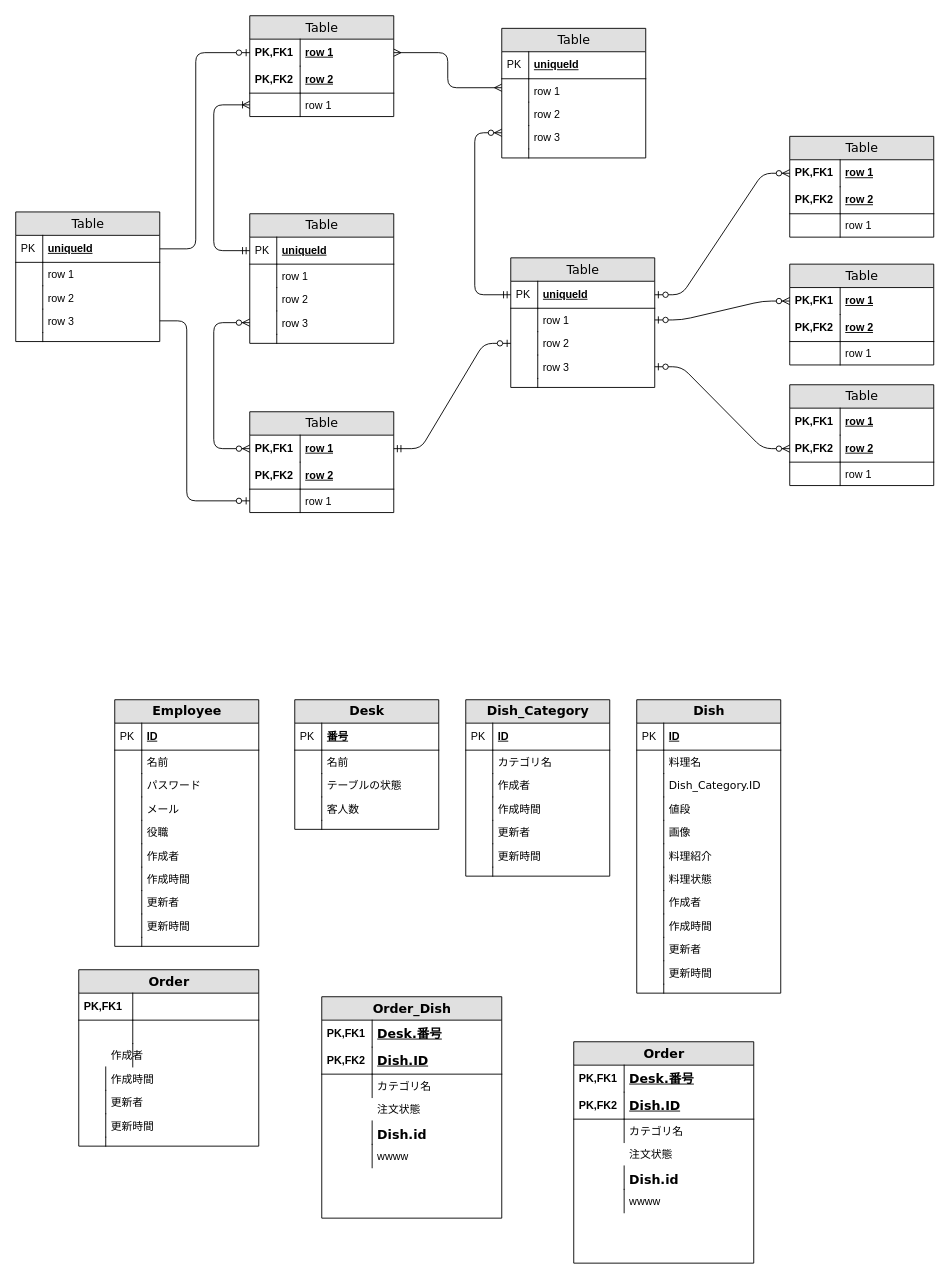
The draw.io diagram 就職作品/データベース設計.drawio in aggujhh/my_draws, before the edit. Source tidied: cells renumbered, new cells numbered last; positions are measured from the earlier drawing's top-left corner, leaving out a move shared by most shapes. Both pictures are drawn from the tidied source at 90%, with x=0, y=0 at pixel (15, 15).
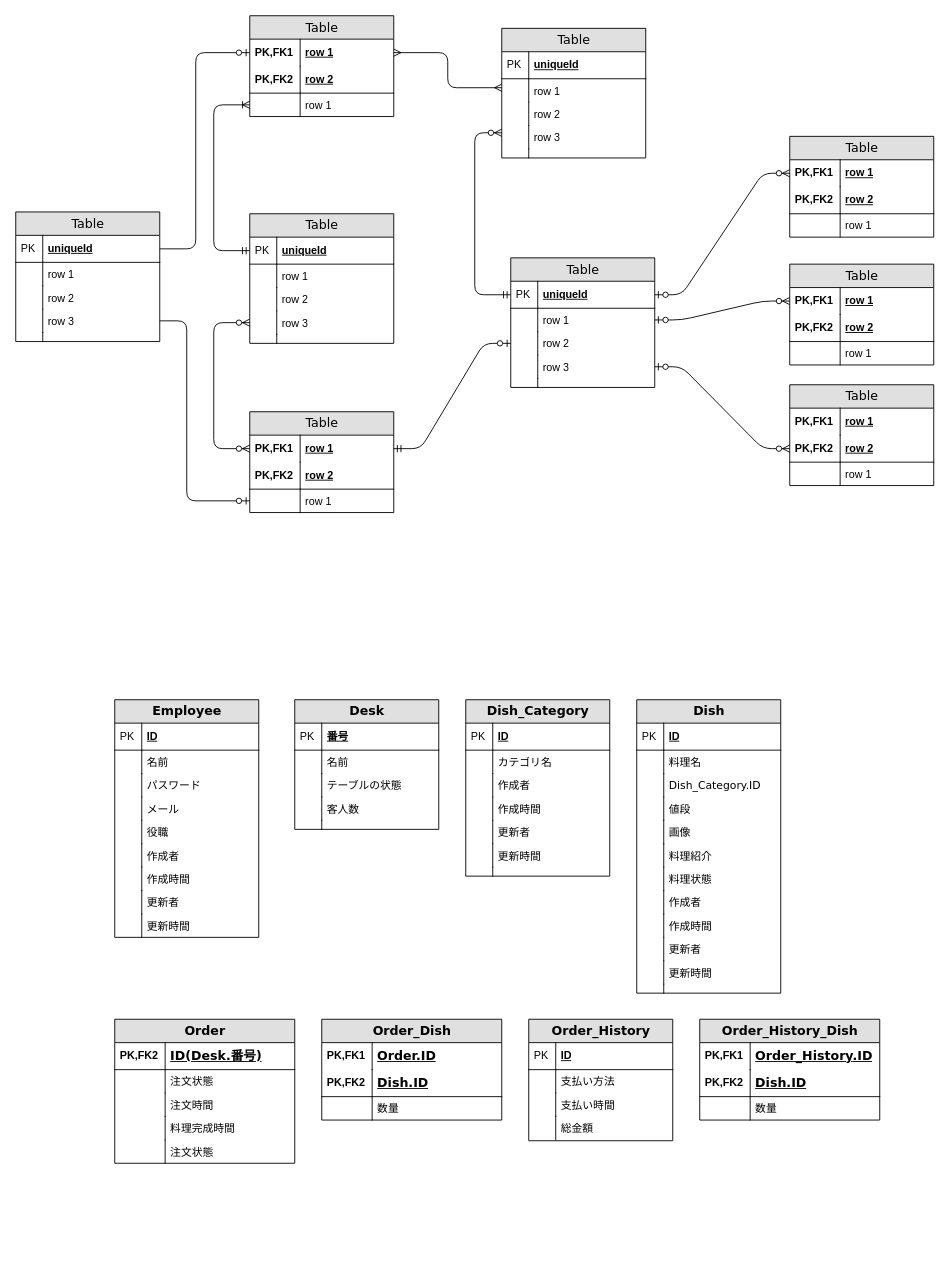
The same diagram, later.

Commit message (it also covers changes not shown here):
更新データベース設計.drawio

What changed in the source:
```diff
@@
     <mxCell id="91" value="&lt;strong&gt;Employee&lt;/strong&gt;" style="swimlane;html=1;fontStyle=0;horizontal=1;startSize=26;fillColor=#e0e0e0;swimlaneFillColor=#ffffff;align=center;rounded=0;shadow=0;comic=0;labelBackgroundColor=none;strokeWidth=1;fontFamily=Verdana;fontSize=14;" parent="1" vertex="1">
-      <mxGeometry x="110" y="760" width="160" height="274" as="geometry" />
+      <mxGeometry x="110" y="760" width="160" height="264" as="geometry" />
     </mxCell>
@@
-    <mxCell id="110" style="shape=partialRectangle;top=0;left=0;right=0;bottom=0;html=1;align=left;verticalAlign=top;fillColor=none;spacingLeft=34;spacingRight=4;whiteSpace=wrap;overflow=hidden;" parent="91" vertex="1">
-      <mxGeometry y="264" width="160" height="10" as="geometry" />
-    </mxCell>
-    <mxCell id="111" style="shape=partialRectangle;top=0;left=0;bottom=0;html=1;fillColor=none;align=left;verticalAlign=top;spacingLeft=4;spacingRight=4;whiteSpace=wrap;overflow=hidden;" parent="110" vertex="1">
-      <mxGeometry width="30" height="10" as="geometry" />
-    </mxCell>
@@
-    <mxCell id="163" value="&lt;b&gt;Order&lt;/b&gt;" style="swimlane;html=1;fontStyle=0;horizontal=1;startSize=26;fillColor=#e0e0e0;swimlaneFillColor=#ffffff;align=center;rounded=0;shadow=0;comic=0;labelBackgroundColor=none;strokeWidth=1;fontFamily=Verdana;fontSize=14;" parent="1" vertex="1">
-      <mxGeometry x="70" y="1060" width="200" height="196" as="geometry" />
-    </mxCell>
-    <mxCell id="164" style="shape=partialRectangle;top=0;left=0;right=0;bottom=1;html=1;align=left;verticalAlign=middle;fillColor=none;spacingLeft=34;spacingRight=4;whiteSpace=wrap;overflow=hidden;fontStyle=5;" parent="163" vertex="1">
-      <mxGeometry y="26" width="200" height="30" as="geometry" />
-    </mxCell>
-    <mxCell id="165" value="&lt;span style=&quot;font-weight: 700;&quot;&gt;PK,FK1&lt;/span&gt;" style="shape=partialRectangle;top=0;left=0;bottom=0;html=1;fillColor=none;align=left;verticalAlign=middle;spacingLeft=4;spacingRight=4;whiteSpace=wrap;overflow=hidden;" parent="164" vertex="1">
-      <mxGeometry width="60" height="30" as="geometry" />
-    </mxCell>
-    <mxCell id="166" style="shape=partialRectangle;top=0;left=0;right=0;bottom=0;html=1;align=left;verticalAlign=top;fillColor=none;spacingLeft=34;spacingRight=4;whiteSpace=wrap;overflow=hidden;" parent="163" vertex="1">
-      <mxGeometry y="56" width="200" height="26" as="geometry" />
-    </mxCell>
-    <mxCell id="167" style="shape=partialRectangle;top=0;left=0;bottom=0;html=1;fillColor=none;align=left;verticalAlign=top;spacingLeft=4;spacingRight=4;whiteSpace=wrap;overflow=hidden;" parent="166" vertex="1">
-      <mxGeometry width="60" height="26" as="geometry" />
-    </mxCell>
-    <mxCell id="168" value="作成者" style="shape=partialRectangle;top=0;left=0;right=0;bottom=0;html=1;align=left;verticalAlign=top;fillColor=none;spacingLeft=34;spacingRight=4;whiteSpace=wrap;overflow=hidden;" parent="163" vertex="1">
-      <mxGeometry y="82" width="200" height="26" as="geometry" />
-    </mxCell>
-    <mxCell id="169" style="shape=partialRectangle;top=0;left=0;bottom=0;html=1;fillColor=none;align=left;verticalAlign=top;spacingLeft=4;spacingRight=4;whiteSpace=wrap;overflow=hidden;" parent="168" vertex="1">
-      <mxGeometry width="60" height="26" as="geometry" />
-    </mxCell>
-    <mxCell id="170" value="作成時間" style="shape=partialRectangle;top=0;left=0;right=0;bottom=0;html=1;align=left;verticalAlign=top;fillColor=none;spacingLeft=34;spacingRight=4;whiteSpace=wrap;overflow=hidden;" parent="163" vertex="1">
-      <mxGeometry y="108" width="200" height="26" as="geometry" />
-    </mxCell>
-    <mxCell id="171" style="shape=partialRectangle;top=0;left=0;bottom=0;html=1;fillColor=none;align=left;verticalAlign=top;spacingLeft=4;spacingRight=4;whiteSpace=wrap;overflow=hidden;" parent="170" vertex="1">
-      <mxGeometry width="30" height="26" as="geometry" />
-    </mxCell>
-    <mxCell id="172" value="更新者" style="shape=partialRectangle;top=0;left=0;right=0;bottom=0;html=1;align=left;verticalAlign=top;fillColor=none;spacingLeft=34;spacingRight=4;whiteSpace=wrap;overflow=hidden;" parent="163" vertex="1">
-      <mxGeometry y="134" width="200" height="26" as="geometry" />
-    </mxCell>
-    <mxCell id="173" style="shape=partialRectangle;top=0;left=0;bottom=0;html=1;fillColor=none;align=left;verticalAlign=top;spacingLeft=4;spacingRight=4;whiteSpace=wrap;overflow=hidden;" parent="172" vertex="1">
-      <mxGeometry width="30" height="26" as="geometry" />
-    </mxCell>
-    <mxCell id="174" value="更新時間" style="shape=partialRectangle;top=0;left=0;right=0;bottom=0;html=1;align=left;verticalAlign=top;fillColor=none;spacingLeft=34;spacingRight=4;whiteSpace=wrap;overflow=hidden;" parent="163" vertex="1">
-      <mxGeometry y="160" width="200" height="26" as="geometry" />
-    </mxCell>
-    <mxCell id="175" style="shape=partialRectangle;top=0;left=0;bottom=0;html=1;fillColor=none;align=left;verticalAlign=top;spacingLeft=4;spacingRight=4;whiteSpace=wrap;overflow=hidden;" parent="174" vertex="1">
-      <mxGeometry width="30" height="26" as="geometry" />
-    </mxCell>
-    <mxCell id="176" style="shape=partialRectangle;top=0;left=0;right=0;bottom=0;html=1;align=left;verticalAlign=top;fillColor=none;spacingLeft=34;spacingRight=4;whiteSpace=wrap;overflow=hidden;" parent="163" vertex="1">
-      <mxGeometry y="186" width="200" height="10" as="geometry" />
-    </mxCell>
-    <mxCell id="177" style="shape=partialRectangle;top=0;left=0;bottom=0;html=1;fillColor=none;align=left;verticalAlign=top;spacingLeft=4;spacingRight=4;whiteSpace=wrap;overflow=hidden;" parent="176" vertex="1">
-      <mxGeometry width="30" height="10" as="geometry" />
-    </mxCell>
     <mxCell id="178" value="&lt;b&gt;Order_Dish&lt;/b&gt;" style="swimlane;html=1;fontStyle=0;horizontal=1;startSize=26;fillColor=#e0e0e0;swimlaneFillColor=#ffffff;align=center;rounded=0;shadow=0;comic=0;labelBackgroundColor=none;strokeWidth=1;fontFamily=Verdana;fontSize=14;" parent="1" vertex="1">
-      <mxGeometry x="340" y="1090" width="200" height="246" as="geometry" />
+      <mxGeometry x="340" y="1115" width="200" height="112" as="geometry" />
     </mxCell>
-    <mxCell id="179" value="&lt;b style=&quot;text-wrap-mode: nowrap; font-family: Verdana; font-size: 14px; text-align: center;&quot;&gt;Desk.番号&lt;/b&gt;" style="shape=partialRectangle;top=0;left=0;right=0;bottom=1;html=1;align=left;verticalAlign=middle;fillColor=none;spacingLeft=60;spacingRight=4;whiteSpace=wrap;overflow=hidden;fontStyle=5;strokeColor=none;" parent="178" vertex="1">
+    <mxCell id="179" value="&lt;b style=&quot;font-family: Verdana; font-size: 14px; text-align: center; text-wrap-mode: nowrap;&quot;&gt;Order.ID&lt;/b&gt;" style="shape=partialRectangle;top=0;left=0;right=0;bottom=1;html=1;align=left;verticalAlign=middle;fillColor=none;spacingLeft=60;spacingRight=4;whiteSpace=wrap;overflow=hidden;fontStyle=5;strokeColor=none;" parent="178" vertex="1">
       <mxGeometry y="26" width="200" height="30" as="geometry" />
     </mxCell>
@@
-    <mxCell id="183" value="カテゴリ名" style="shape=partialRectangle;top=0;left=0;right=0;bottom=0;html=1;align=left;verticalAlign=top;fillColor=none;spacingLeft=60;spacingRight=4;whiteSpace=wrap;overflow=hidden;" parent="178" vertex="1">
+    <mxCell id="183" value="数量" style="shape=partialRectangle;top=0;left=0;right=0;bottom=0;html=1;align=left;verticalAlign=top;fillColor=none;spacingLeft=60;spacingRight=4;whiteSpace=wrap;overflow=hidden;" parent="178" vertex="1">
       <mxGeometry y="86" width="200" height="26" as="geometry" />
     </mxCell>
@@
-    <mxCell id="185" value="注文状態" style="shape=partialRectangle;top=0;left=0;right=0;bottom=0;html=1;align=left;verticalAlign=top;fillColor=none;spacingLeft=60;spacingRight=4;whiteSpace=wrap;overflow=hidden;" parent="178" vertex="1">
-      <mxGeometry y="112" width="200" height="26" as="geometry" />
-    </mxCell>
-    <mxCell id="186" value="&lt;b style=&quot;font-family: Verdana; font-size: 14px; text-align: center; text-wrap-mode: nowrap;&quot;&gt;Dish.id&lt;/b&gt;" style="shape=partialRectangle;top=0;left=0;right=0;bottom=0;html=1;align=left;verticalAlign=top;fillColor=none;spacingLeft=60;spacingRight=4;whiteSpace=wrap;overflow=hidden;" parent="178" vertex="1">
-      <mxGeometry y="138" width="200" height="26" as="geometry" />
-    </mxCell>
-    <mxCell id="187" style="shape=partialRectangle;top=0;left=0;bottom=0;html=1;fillColor=none;align=left;verticalAlign=top;spacingLeft=4;spacingRight=4;whiteSpace=wrap;overflow=hidden;" parent="186" vertex="1">
-      <mxGeometry width="56" height="26" as="geometry" />
-    </mxCell>
-    <mxCell id="188" value="wwww" style="shape=partialRectangle;top=0;left=0;right=0;bottom=0;html=1;align=left;verticalAlign=top;fillColor=none;spacingLeft=60;spacingRight=4;whiteSpace=wrap;overflow=hidden;" parent="178" vertex="1">
-      <mxGeometry y="164" width="200" height="26" as="geometry" />
-    </mxCell>
-    <mxCell id="189" style="shape=partialRectangle;top=0;left=0;bottom=0;html=1;fillColor=none;align=left;verticalAlign=top;spacingLeft=4;spacingRight=4;whiteSpace=wrap;overflow=hidden;" parent="188" vertex="1">
-      <mxGeometry width="56" height="26" as="geometry" />
-    </mxCell>
-    <mxCell id="190" style="shape=partialRectangle;top=0;left=0;right=0;bottom=0;html=1;align=left;verticalAlign=top;fillColor=none;spacingLeft=60;spacingRight=4;whiteSpace=wrap;overflow=hidden;" parent="178" vertex="1">
-      <mxGeometry y="190" width="200" height="26" as="geometry" />
-    </mxCell>
     <mxCell id="191" value="&lt;b&gt;Order&lt;/b&gt;" style="swimlane;html=1;fontStyle=0;horizontal=1;startSize=26;fillColor=#e0e0e0;swimlaneFillColor=#ffffff;align=center;rounded=0;shadow=0;comic=0;labelBackgroundColor=none;strokeWidth=1;fontFamily=Verdana;fontSize=14;" parent="1" vertex="1">
-      <mxGeometry x="620" y="1140" width="200" height="246" as="geometry" />
+      <mxGeometry x="110" y="1115" width="200" height="160" as="geometry" />
     </mxCell>
-    <mxCell id="192" value="&lt;b style=&quot;text-wrap-mode: nowrap; font-family: Verdana; font-size: 14px; text-align: center;&quot;&gt;Desk.番号&lt;/b&gt;" style="shape=partialRectangle;top=0;left=0;right=0;bottom=1;html=1;align=left;verticalAlign=middle;fillColor=none;spacingLeft=60;spacingRight=4;whiteSpace=wrap;overflow=hidden;fontStyle=5;strokeColor=none;" parent="191" vertex="1">
-      <mxGeometry y="26" width="200" height="30" as="geometry" />
-    </mxCell>
-    <mxCell id="193" value="PK,FK1" style="shape=partialRectangle;fontStyle=1;top=0;left=0;bottom=0;html=1;fillColor=none;align=left;verticalAlign=middle;spacingLeft=4;spacingRight=4;whiteSpace=wrap;overflow=hidden;" parent="192" vertex="1">
-      <mxGeometry width="56" height="30" as="geometry" />
-    </mxCell>
-    <mxCell id="194" value="&lt;b style=&quot;text-wrap-mode: nowrap; font-family: Verdana; font-size: 14px; text-align: center;&quot;&gt;Dish.ID&lt;/b&gt;" style="shape=partialRectangle;top=0;left=0;right=0;bottom=1;html=1;align=left;verticalAlign=middle;fillColor=none;spacingLeft=60;spacingRight=4;whiteSpace=wrap;overflow=hidden;fontStyle=5;strokeColor=default;" parent="191" vertex="1">
-      <mxGeometry y="56" width="200" height="30" as="geometry" />
+    <mxCell id="194" value="&lt;b style=&quot;text-wrap-mode: nowrap; font-family: Verdana; font-size: 14px; text-align: center;&quot;&gt;ID(&lt;/b&gt;&lt;b style=&quot;text-wrap-mode: nowrap; font-family: Verdana; font-size: 14px; text-align: center;&quot;&gt;Desk.番号&lt;/b&gt;&lt;b style=&quot;text-wrap-mode: nowrap; font-family: Verdana; font-size: 14px; text-align: center;&quot;&gt;)&lt;/b&gt;" style="shape=partialRectangle;top=0;left=0;right=0;bottom=1;html=1;align=left;verticalAlign=middle;fillColor=none;spacingLeft=60;spacingRight=4;whiteSpace=wrap;overflow=hidden;fontStyle=5;strokeColor=default;" parent="191" vertex="1">
+      <mxGeometry y="26" width="200" height="30" as="geometry" />
     </mxCell>
@@
-    <mxCell id="196" value="カテゴリ名" style="shape=partialRectangle;top=0;left=0;right=0;bottom=0;html=1;align=left;verticalAlign=top;fillColor=none;spacingLeft=60;spacingRight=4;whiteSpace=wrap;overflow=hidden;" parent="191" vertex="1">
-      <mxGeometry y="86" width="200" height="26" as="geometry" />
+    <mxCell id="196" value="注文状態" style="shape=partialRectangle;top=0;left=0;right=0;bottom=0;html=1;align=left;verticalAlign=top;fillColor=none;spacingLeft=60;spacingRight=4;whiteSpace=wrap;overflow=hidden;" parent="191" vertex="1">
+      <mxGeometry y="56" width="200" height="26" as="geometry" />
     </mxCell>
@@
-    <mxCell id="198" value="注文状態" style="shape=partialRectangle;top=0;left=0;right=0;bottom=0;html=1;align=left;verticalAlign=top;fillColor=none;spacingLeft=60;spacingRight=4;whiteSpace=wrap;overflow=hidden;" parent="191" vertex="1">
-      <mxGeometry y="112" width="200" height="26" as="geometry" />
-    </mxCell>
-    <mxCell id="199" value="&lt;b style=&quot;font-family: Verdana; font-size: 14px; text-align: center; text-wrap-mode: nowrap;&quot;&gt;Dish.id&lt;/b&gt;" style="shape=partialRectangle;top=0;left=0;right=0;bottom=0;html=1;align=left;verticalAlign=top;fillColor=none;spacingLeft=60;spacingRight=4;whiteSpace=wrap;overflow=hidden;" parent="191" vertex="1">
-      <mxGeometry y="138" width="200" height="26" as="geometry" />
-    </mxCell>
-    <mxCell id="200" style="shape=partialRectangle;top=0;left=0;bottom=0;html=1;fillColor=none;align=left;verticalAlign=top;spacingLeft=4;spacingRight=4;whiteSpace=wrap;overflow=hidden;" parent="199" vertex="1">
-      <mxGeometry width="56" height="26" as="geometry" />
-    </mxCell>
-    <mxCell id="201" value="wwww" style="shape=partialRectangle;top=0;left=0;right=0;bottom=0;html=1;align=left;verticalAlign=top;fillColor=none;spacingLeft=60;spacingRight=4;whiteSpace=wrap;overflow=hidden;" parent="191" vertex="1">
-      <mxGeometry y="164" width="200" height="26" as="geometry" />
-    </mxCell>
-    <mxCell id="202" style="shape=partialRectangle;top=0;left=0;bottom=0;html=1;fillColor=none;align=left;verticalAlign=top;spacingLeft=4;spacingRight=4;whiteSpace=wrap;overflow=hidden;" parent="201" vertex="1">
-      <mxGeometry width="56" height="26" as="geometry" />
-    </mxCell>
-    <mxCell id="203" style="shape=partialRectangle;top=0;left=0;right=0;bottom=0;html=1;align=left;verticalAlign=top;fillColor=none;spacingLeft=60;spacingRight=4;whiteSpace=wrap;overflow=hidden;" parent="191" vertex="1">
-      <mxGeometry y="190" width="200" height="26" as="geometry" />
-    </mxCell>
+    <mxCell id="204" value="注文時間" style="shape=partialRectangle;top=0;left=0;right=0;bottom=0;html=1;align=left;verticalAlign=top;fillColor=none;spacingLeft=60;spacingRight=4;whiteSpace=wrap;overflow=hidden;" parent="191" vertex="1">
+      <mxGeometry y="82" width="200" height="26" as="geometry" />
+    </mxCell>
+    <mxCell id="205" style="shape=partialRectangle;top=0;left=0;bottom=0;html=1;fillColor=none;align=left;verticalAlign=top;spacingLeft=4;spacingRight=4;whiteSpace=wrap;overflow=hidden;" parent="204" vertex="1">
+      <mxGeometry width="56" height="26" as="geometry" />
+    </mxCell>
+    <mxCell id="206" value="料理完成時間" style="shape=partialRectangle;top=0;left=0;right=0;bottom=0;html=1;align=left;verticalAlign=top;fillColor=none;spacingLeft=60;spacingRight=4;whiteSpace=wrap;overflow=hidden;" parent="191" vertex="1">
+      <mxGeometry y="108" width="200" height="26" as="geometry" />
+    </mxCell>
+    <mxCell id="207" style="shape=partialRectangle;top=0;left=0;bottom=0;html=1;fillColor=none;align=left;verticalAlign=top;spacingLeft=4;spacingRight=4;whiteSpace=wrap;overflow=hidden;" parent="206" vertex="1">
+      <mxGeometry width="56" height="26" as="geometry" />
+    </mxCell>
+    <mxCell id="208" value="注文状態" style="shape=partialRectangle;top=0;left=0;right=0;bottom=0;html=1;align=left;verticalAlign=top;fillColor=none;spacingLeft=60;spacingRight=4;whiteSpace=wrap;overflow=hidden;" parent="191" vertex="1">
+      <mxGeometry y="134" width="200" height="26" as="geometry" />
+    </mxCell>
+    <mxCell id="209" style="shape=partialRectangle;top=0;left=0;bottom=0;html=1;fillColor=none;align=left;verticalAlign=top;spacingLeft=4;spacingRight=4;whiteSpace=wrap;overflow=hidden;" parent="208" vertex="1">
+      <mxGeometry width="56" height="26" as="geometry" />
+    </mxCell>
+    <mxCell id="210" value="&lt;b&gt;Order_History&lt;/b&gt;" style="swimlane;html=1;fontStyle=0;horizontal=1;startSize=26;fillColor=#e0e0e0;swimlaneFillColor=#ffffff;align=center;rounded=0;shadow=0;comic=0;labelBackgroundColor=none;strokeWidth=1;fontFamily=Verdana;fontSize=14;" parent="1" vertex="1">
+      <mxGeometry x="570" y="1115" width="160" height="135" as="geometry" />
+    </mxCell>
+    <mxCell id="211" value="ID" style="shape=partialRectangle;top=0;left=0;right=0;bottom=1;html=1;align=left;verticalAlign=middle;fillColor=none;spacingLeft=34;spacingRight=4;whiteSpace=wrap;overflow=hidden;fontStyle=5;" parent="210" vertex="1">
+      <mxGeometry y="26" width="160" height="30" as="geometry" />
+    </mxCell>
+    <mxCell id="212" value="PK" style="shape=partialRectangle;top=0;left=0;bottom=0;html=1;fillColor=none;align=left;verticalAlign=middle;spacingLeft=4;spacingRight=4;whiteSpace=wrap;overflow=hidden;" parent="211" vertex="1">
+      <mxGeometry width="30" height="30" as="geometry" />
+    </mxCell>
+    <mxCell id="213" value="支払い方法" style="shape=partialRectangle;top=0;left=0;right=0;bottom=0;html=1;align=left;verticalAlign=top;fillColor=none;spacingLeft=34;spacingRight=4;whiteSpace=wrap;overflow=hidden;" parent="210" vertex="1">
+      <mxGeometry y="56" width="160" height="26" as="geometry" />
+    </mxCell>
+    <mxCell id="214" style="shape=partialRectangle;top=0;left=0;bottom=0;html=1;fillColor=none;align=left;verticalAlign=top;spacingLeft=4;spacingRight=4;whiteSpace=wrap;overflow=hidden;" parent="213" vertex="1">
+      <mxGeometry width="30" height="26" as="geometry" />
+    </mxCell>
+    <mxCell id="215" value="支払い時間" style="shape=partialRectangle;top=0;left=0;right=0;bottom=0;html=1;align=left;verticalAlign=top;fillColor=none;spacingLeft=34;spacingRight=4;whiteSpace=wrap;overflow=hidden;" parent="210" vertex="1">
+      <mxGeometry y="82" width="160" height="26" as="geometry" />
+    </mxCell>
+    <mxCell id="216" style="shape=partialRectangle;top=0;left=0;bottom=0;html=1;fillColor=none;align=left;verticalAlign=top;spacingLeft=4;spacingRight=4;whiteSpace=wrap;overflow=hidden;" parent="215" vertex="1">
+      <mxGeometry width="30" height="26" as="geometry" />
+    </mxCell>
+    <mxCell id="217" value="総金額" style="shape=partialRectangle;top=0;left=0;right=0;bottom=0;html=1;align=left;verticalAlign=top;fillColor=none;spacingLeft=34;spacingRight=4;whiteSpace=wrap;overflow=hidden;" parent="210" vertex="1">
+      <mxGeometry y="108" width="160" height="26" as="geometry" />
+    </mxCell>
+    <mxCell id="218" style="shape=partialRectangle;top=0;left=0;bottom=0;html=1;fillColor=none;align=left;verticalAlign=top;spacingLeft=4;spacingRight=4;whiteSpace=wrap;overflow=hidden;" parent="217" vertex="1">
+      <mxGeometry width="30" height="26" as="geometry" />
+    </mxCell>
+    <mxCell id="219" value="&lt;b&gt;Order_History&lt;/b&gt;&lt;b&gt;_Dish&lt;/b&gt;" style="swimlane;html=1;fontStyle=0;horizontal=1;startSize=26;fillColor=#e0e0e0;swimlaneFillColor=#ffffff;align=center;rounded=0;shadow=0;comic=0;labelBackgroundColor=none;strokeWidth=1;fontFamily=Verdana;fontSize=14;" parent="1" vertex="1">
+      <mxGeometry x="760" y="1115" width="200" height="112" as="geometry" />
+    </mxCell>
+    <mxCell id="220" value="&lt;b style=&quot;font-family: Verdana; font-size: 14px; text-align: center; text-wrap-mode: nowrap;&quot;&gt;Order_History&lt;/b&gt;&lt;b style=&quot;font-family: Verdana; font-size: 14px; text-align: center; text-wrap-mode: nowrap;&quot;&gt;.ID&lt;/b&gt;" style="shape=partialRectangle;top=0;left=0;right=0;bottom=1;html=1;align=left;verticalAlign=middle;fillColor=none;spacingLeft=60;spacingRight=4;whiteSpace=wrap;overflow=hidden;fontStyle=5;strokeColor=none;" parent="219" vertex="1">
+      <mxGeometry y="26" width="200" height="30" as="geometry" />
+    </mxCell>
+    <mxCell id="193" value="PK,FK1" style="shape=partialRectangle;fontStyle=1;top=0;left=0;bottom=0;html=1;fillColor=none;align=left;verticalAlign=middle;spacingLeft=4;spacingRight=4;whiteSpace=wrap;overflow=hidden;" parent="220" vertex="1">
+      <mxGeometry width="56" height="30" as="geometry" />
+    </mxCell>
+    <mxCell id="221" value="&lt;b style=&quot;text-wrap-mode: nowrap; font-family: Verdana; font-size: 14px; text-align: center;&quot;&gt;Dish.ID&lt;/b&gt;" style="shape=partialRectangle;top=0;left=0;right=0;bottom=1;html=1;align=left;verticalAlign=middle;fillColor=none;spacingLeft=60;spacingRight=4;whiteSpace=wrap;overflow=hidden;fontStyle=5;strokeColor=default;" parent="219" vertex="1">
+      <mxGeometry y="56" width="200" height="30" as="geometry" />
+    </mxCell>
+    <mxCell id="222" value="PK,FK2" style="shape=partialRectangle;fontStyle=1;top=0;left=0;bottom=0;html=1;fillColor=none;align=left;verticalAlign=middle;spacingLeft=4;spacingRight=4;whiteSpace=wrap;overflow=hidden;" parent="221" vertex="1">
+      <mxGeometry width="56" height="30" as="geometry" />
+    </mxCell>
+    <mxCell id="223" value="数量" style="shape=partialRectangle;top=0;left=0;right=0;bottom=0;html=1;align=left;verticalAlign=top;fillColor=none;spacingLeft=60;spacingRight=4;whiteSpace=wrap;overflow=hidden;" parent="219" vertex="1">
+      <mxGeometry y="86" width="200" height="26" as="geometry" />
+    </mxCell>
+    <mxCell id="224" style="shape=partialRectangle;top=0;left=0;bottom=0;html=1;fillColor=none;align=left;verticalAlign=top;spacingLeft=4;spacingRight=4;whiteSpace=wrap;overflow=hidden;" parent="223" vertex="1">
+      <mxGeometry width="56" height="26" as="geometry" />
+    </mxCell>
```
